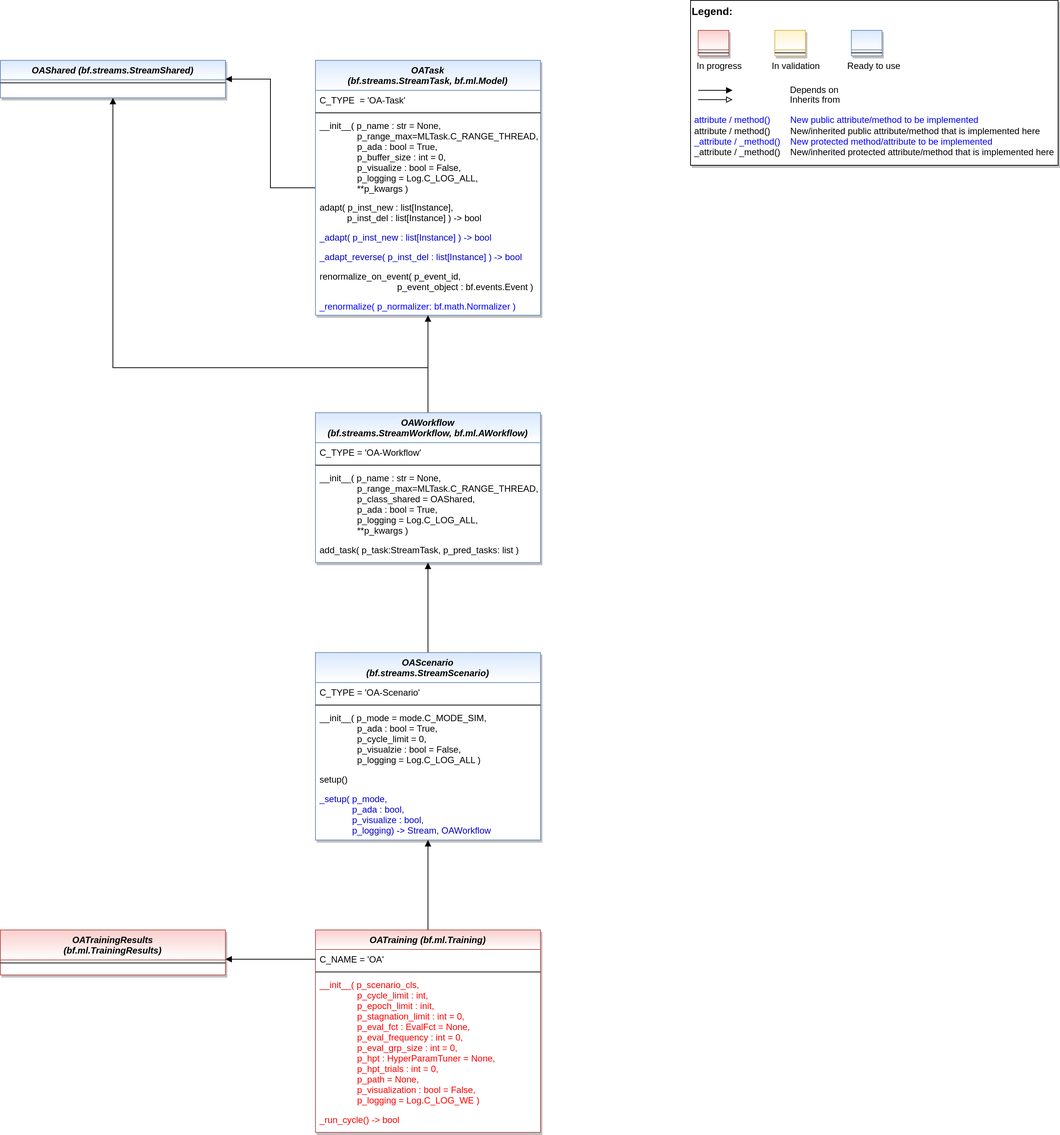
Earlier version of the draw.io export doc/rtd/content/99_appendices/appendix2/sub/core/mlpro_oa/streams/images/MLPro-OA-Stream-Processing_class_diagram.drawio.png (fhswf/MLPro). Source tidied: cells renumbered, new cells last; positions are measured from the earlier drawing's top-left corner, leaving out a move shared by most shapes.
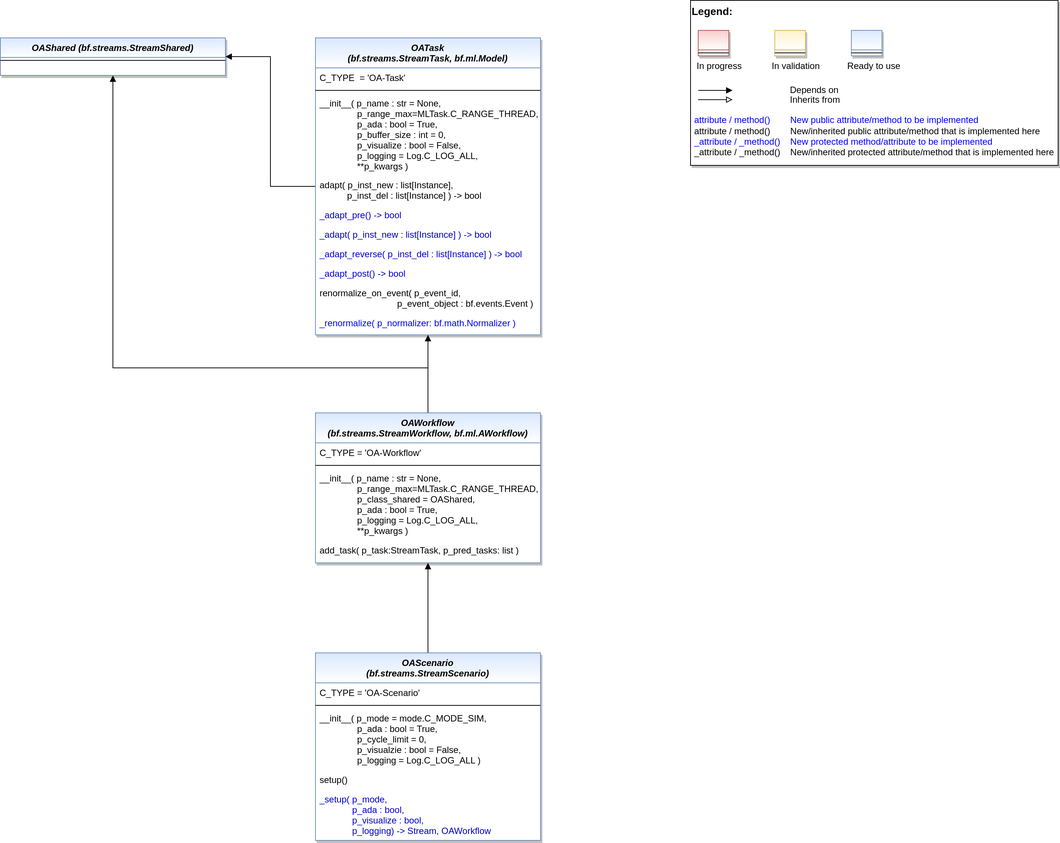
Later version of the same file.

Change to the diagram source:
```diff
@@ -1,38 +1,44 @@
 <mxGraphModel>
   <root>
-    <mxCell id="0" />
-    <mxCell id="1" parent="0" />
+    <mxCell id="47" />
+    <mxCell id="48" parent="47" />
-    <mxCell id="2" style="edgeStyle=orthogonalEdgeStyle;rounded=0;jettySize=auto;html=1;fontColor=#FF0000;endArrow=block;endFill=1;" parent="1" edge="1" source="3" target="44">
+    <mxCell id="2" style="edgeStyle=orthogonalEdgeStyle;rounded=0;jettySize=auto;html=1;fontColor=#FF0000;endArrow=block;endFill=1;" parent="48" edge="1" source="3" target="44">
       <mxGeometry relative="1" as="geometry" />
     </mxCell>
-    <mxCell id="3" value="OATask &#10;(bf.streams.StreamTask, bf.ml.Model)" style="swimlane;fontStyle=3;align=center;verticalAlign=top;horizontal=1;startSize=40;rounded=0;shadow=1;strokeWidth=1;fillColor=#dae8fc;strokeColor=#6c8ebf;swimlaneFillColor=#ffffff;gradientColor=#FFFFFF;" parent="1" vertex="1">
-      <mxGeometry x="420" y="80" width="300" height="340" as="geometry" />
+    <mxCell id="3" value="OATask &#10;(bf.streams.StreamTask, bf.ml.Model)" style="swimlane;fontStyle=3;align=center;verticalAlign=top;horizontal=1;startSize=40;rounded=0;shadow=1;strokeWidth=1;fillColor=#dae8fc;strokeColor=#6c8ebf;swimlaneFillColor=#ffffff;gradientColor=#FFFFFF;" parent="48" vertex="1">
+      <mxGeometry x="420" y="50" width="300" height="396" as="geometry" />
     </mxCell>
     <mxCell id="4" value="C_TYPE  = 'OA-Task'" style="text;align=left;verticalAlign=top;spacingLeft=4;spacingRight=4;overflow=hidden;" parent="3" vertex="1">
       <mxGeometry y="40" width="300" height="26" as="geometry" />
     </mxCell>
-    <mxCell id="5" style="line;html=1;strokeWidth=1;align=left;verticalAlign=middle;spacingTop=-1;spacingLeft=3;spacingRight=3;labelPosition=right;" parent="3" vertex="1">
-      <mxGeometry y="66" width="300" height="8" as="geometry" />
-    </mxCell>
+    <mxCell id="49" style="line;html=1;strokeWidth=1;align=left;verticalAlign=middle;spacingTop=-1;spacingLeft=3;spacingRight=3;labelPosition=right;" parent="3" vertex="1">
+      <mxGeometry y="66" width="300" height="8" as="geometry" />
+    </mxCell>
     <mxCell id="6" value="__init__( p_name : str = None,&#10;               p_range_max=MLTask.C_RANGE_THREAD,&#10;               p_ada : bool = True,&#10;               p_buffer_size : int = 0,&#10;               p_visualize : bool = False,&#10;               p_logging = Log.C_LOG_ALL,&#10;               **p_kwargs )" style="text;align=left;verticalAlign=top;spacingLeft=4;spacingRight=4;overflow=hidden;fontColor=default;" parent="3" vertex="1">
       <mxGeometry y="74" width="300" height="109" as="geometry" />
     </mxCell>
     <mxCell id="7" value="adapt( p_inst_new : list[Instance],&#10;           p_inst_del : list[Instance] ) -&gt; bool" style="text;align=left;verticalAlign=top;spacingLeft=4;spacingRight=4;overflow=hidden;fontColor=default;" parent="3" vertex="1">
       <mxGeometry y="183" width="300" height="40" as="geometry" />
     </mxCell>
+    <mxCell id="50" value="_adapt_pre() -&gt; bool" style="text;align=left;verticalAlign=top;spacingLeft=4;spacingRight=4;overflow=hidden;fontColor=#0000CC;" parent="3" vertex="1">
+      <mxGeometry y="223" width="300" height="26" as="geometry" />
+    </mxCell>
     <mxCell id="8" value="_adapt( p_inst_new : list[Instance] ) -&gt; bool" style="text;align=left;verticalAlign=top;spacingLeft=4;spacingRight=4;overflow=hidden;fontColor=#0000CC;" parent="3" vertex="1">
-      <mxGeometry y="223" width="300" height="26" as="geometry" />
+      <mxGeometry y="249" width="300" height="26" as="geometry" />
     </mxCell>
     <mxCell id="9" value="_adapt_reverse( p_inst_del : list[Instance] ) -&gt; bool" style="text;align=left;verticalAlign=top;spacingLeft=4;spacingRight=4;overflow=hidden;fontColor=#0000CC;" parent="3" vertex="1">
-      <mxGeometry y="249" width="300" height="26" as="geometry" />
+      <mxGeometry y="275" width="300" height="26" as="geometry" />
     </mxCell>
+    <mxCell id="51" value="_adapt_post() -&gt; bool" style="text;align=left;verticalAlign=top;spacingLeft=4;spacingRight=4;overflow=hidden;fontColor=#0000CC;" parent="3" vertex="1">
+      <mxGeometry y="301" width="300" height="26" as="geometry" />
+    </mxCell>
     <mxCell id="10" value="renormalize_on_event( p_event_id, &#10;                               p_event_object : bf.events.Event )" style="text;align=left;verticalAlign=top;spacingLeft=4;spacingRight=4;overflow=hidden;fontColor=default;" parent="3" vertex="1">
-      <mxGeometry y="275" width="300" height="40" as="geometry" />
+      <mxGeometry y="327" width="300" height="40" as="geometry" />
     </mxCell>
     <mxCell id="11" value="_renormalize( p_normalizer: bf.math.Normalizer )" style="text;align=left;verticalAlign=top;spacingLeft=4;spacingRight=4;overflow=hidden;fontColor=#0000FF;" parent="3" vertex="1">
-      <mxGeometry y="315" width="300" height="25" as="geometry" />
+      <mxGeometry y="367" width="300" height="25" as="geometry" />
     </mxCell>
-    <mxCell id="12" style="group;" parent="1" vertex="1">
+    <mxCell id="12" style="group;" parent="48" vertex="1">
       <mxGeometry x="920" width="490" height="220" as="geometry" />
     </mxCell>
     <mxCell id="13" value="&lt;font color=&quot;#000000&quot; size=&quot;1&quot;&gt;&lt;b style=&quot;font-size: 14px&quot;&gt;Legend:&lt;br&gt;&lt;/b&gt;&lt;/font&gt;&lt;br&gt;&lt;br&gt;&lt;br&gt;&lt;font color=&quot;#0000ff&quot; style=&quot;font-size: 6px&quot;&gt;&lt;br&gt;&lt;/font&gt;&lt;span style=&quot;color: rgb(0 , 0 , 0)&quot;&gt;&lt;font style=&quot;font-size: 4px&quot;&gt;&amp;nbsp; &amp;nbsp;&lt;/font&gt;&amp;nbsp;In progress&amp;nbsp; &amp;nbsp; &amp;nbsp; &amp;nbsp; &amp;nbsp; &amp;nbsp; In validation&amp;nbsp; &amp;nbsp; &amp;nbsp; &amp;nbsp; &amp;nbsp; &amp;nbsp;Ready to use&lt;/span&gt;&lt;font color=&quot;#000000&quot;&gt;&amp;nbsp;&lt;br&gt;&lt;/font&gt;&lt;font color=&quot;#0000ff&quot;&gt;&lt;br&gt;&lt;br&gt;&lt;br&gt;&lt;br&gt;&amp;nbsp;attribute / method()&amp;nbsp; &amp;nbsp; &amp;nbsp; &amp;nbsp; New public attribute/method to be implemented&lt;/font&gt;&lt;br&gt;&lt;font color=&quot;#000000&quot;&gt;&amp;nbsp;&lt;/font&gt;&lt;font color=&quot;#000000&quot;&gt;attribute / method()&lt;span&gt;&#9;&lt;/span&gt;&amp;nbsp; &amp;nbsp; &amp;nbsp; &amp;nbsp;New/inherited public attribute/method that is implemented here&lt;br&gt;&lt;/font&gt;&lt;font color=&quot;#0000ff&quot;&gt;&amp;nbsp;_attribute /&amp;nbsp;&lt;/font&gt;&lt;font color=&quot;#0000ff&quot;&gt;_method()&amp;nbsp; &amp;nbsp; New protected method/attribute to be implemented&lt;/font&gt;&lt;br&gt;&lt;font color=&quot;#000000&quot;&gt;&amp;nbsp;_attribute / _method()&amp;nbsp; &amp;nbsp; New/inherited protected attribute/method that is implemented here&lt;br&gt;&lt;/font&gt;&lt;font color=&quot;#000000&quot;&gt;&lt;br&gt;&lt;br&gt;&lt;br&gt;&lt;br&gt;&lt;br&gt;&lt;/font&gt;" style="text;html=1;align=left;verticalAlign=top;whiteSpace=wrap;rounded=0;fontColor=#006600;strokeColor=#000000;shadow=1;fillColor=#ffffff;" parent="12" vertex="1">
@@ -58,25 +64,25 @@
     <mxCell id="16" style="swimlane;fontStyle=3;align=center;verticalAlign=top;horizontal=1;startSize=26;rounded=0;shadow=1;strokeWidth=1;fillColor=#f8cecc;strokeColor=#b85450;gradientColor=#ffffff;swimlaneFillColor=#ffffff;" parent="12" vertex="1">
       <mxGeometry x="10.2" y="40" width="40.8" height="34" as="geometry" />
     </mxCell>
-    <mxCell id="17" style="line;html=1;strokeWidth=1;align=left;verticalAlign=middle;spacingTop=-1;spacingLeft=3;spacingRight=3;labelPosition=right;" parent="16" vertex="1">
-      <mxGeometry y="26" width="40.8" height="8" as="geometry" />
-    </mxCell>
+    <mxCell id="52" style="line;html=1;strokeWidth=1;align=left;verticalAlign=middle;spacingTop=-1;spacingLeft=3;spacingRight=3;labelPosition=right;" parent="16" vertex="1">
+      <mxGeometry y="26" width="40.8" height="8" as="geometry" />
+    </mxCell>
     <mxCell id="18" style="swimlane;fontStyle=3;align=center;verticalAlign=top;horizontal=1;startSize=26;rounded=0;shadow=1;strokeWidth=1;fillColor=#fff2cc;strokeColor=#d6b656;gradientColor=#ffffff;swimlaneFillColor=#ffffff;" parent="12" vertex="1">
       <mxGeometry x="112.3" y="40" width="40.8" height="34" as="geometry" />
     </mxCell>
-    <mxCell id="19" style="line;html=1;strokeWidth=1;align=left;verticalAlign=middle;spacingTop=-1;spacingLeft=3;spacingRight=3;labelPosition=right;" parent="18" vertex="1">
-      <mxGeometry y="26" width="40.8" height="8" as="geometry" />
-    </mxCell>
+    <mxCell id="53" style="line;html=1;strokeWidth=1;align=left;verticalAlign=middle;spacingTop=-1;spacingLeft=3;spacingRight=3;labelPosition=right;" parent="18" vertex="1">
+      <mxGeometry y="26" width="40.8" height="8" as="geometry" />
+    </mxCell>
     <mxCell id="20" style="swimlane;fontStyle=3;align=center;verticalAlign=top;horizontal=1;startSize=26;rounded=0;shadow=1;strokeWidth=1;fillColor=#dae8fc;strokeColor=#6c8ebf;gradientColor=#ffffff;swimlaneFillColor=#ffffff;" parent="12" vertex="1">
       <mxGeometry x="214.4" y="40" width="40.8" height="34" as="geometry" />
     </mxCell>
-    <mxCell id="21" style="line;html=1;strokeWidth=1;align=left;verticalAlign=middle;spacingTop=-1;spacingLeft=3;spacingRight=3;labelPosition=right;" parent="20" vertex="1">
-      <mxGeometry y="26" width="40.8" height="8" as="geometry" />
-    </mxCell>
+    <mxCell id="54" style="line;html=1;strokeWidth=1;align=left;verticalAlign=middle;spacingTop=-1;spacingLeft=3;spacingRight=3;labelPosition=right;" parent="20" vertex="1">
+      <mxGeometry y="26" width="40.8" height="8" as="geometry" />
+    </mxCell>
-    <mxCell id="22" style="edgeStyle=orthogonalEdgeStyle;rounded=0;jettySize=auto;html=1;entryX=0.5;entryY=1;entryDx=0;entryDy=0;fontColor=#0000FF;endArrow=block;endFill=1;" parent="1" edge="1" source="24" target="3">
+    <mxCell id="22" style="edgeStyle=orthogonalEdgeStyle;rounded=0;jettySize=auto;html=1;entryX=0.5;entryY=1;entryDx=0;entryDy=0;fontColor=#0000FF;endArrow=block;endFill=1;" parent="48" edge="1" source="24" target="3">
       <mxGeometry relative="1" as="geometry" />
     </mxCell>
-    <mxCell id="23" style="edgeStyle=orthogonalEdgeStyle;rounded=0;jettySize=auto;html=1;fontColor=#FF0000;endArrow=block;endFill=1;exitX=0.5;exitY=0;exitDx=0;exitDy=0;entryX=0.5;entryY=1;entryDx=0;entryDy=0;" parent="1" edge="1" source="24" target="44">
+    <mxCell id="23" style="edgeStyle=orthogonalEdgeStyle;rounded=0;jettySize=auto;html=1;fontColor=#FF0000;endArrow=block;endFill=1;exitX=0.5;exitY=0;exitDx=0;exitDy=0;entryX=0.5;entryY=1;entryDx=0;entryDy=0;" parent="48" edge="1" source="24" target="44">
       <mxGeometry relative="1" as="geometry">
         <Array as="points">
           <mxPoint x="570" y="490" />
@@ -84,33 +90,33 @@
         </Array>
       </mxGeometry>
     </mxCell>
-    <mxCell id="24" value="OAWorkflow &#10;(bf.streams.StreamWorkflow, bf.ml.AWorkflow)" style="swimlane;fontStyle=3;align=center;verticalAlign=top;horizontal=1;startSize=40;rounded=0;shadow=1;strokeWidth=1;fillColor=#dae8fc;strokeColor=#6c8ebf;swimlaneFillColor=#ffffff;gradientColor=#FFFFFF;" parent="1" vertex="1">
+    <mxCell id="24" value="OAWorkflow &#10;(bf.streams.StreamWorkflow, bf.ml.AWorkflow)" style="swimlane;fontStyle=3;align=center;verticalAlign=top;horizontal=1;startSize=40;rounded=0;shadow=1;strokeWidth=1;fillColor=#dae8fc;strokeColor=#6c8ebf;swimlaneFillColor=#ffffff;gradientColor=#FFFFFF;" parent="48" vertex="1">
       <mxGeometry x="420" y="550" width="300" height="200" as="geometry" />
     </mxCell>
     <mxCell id="25" value="C_TYPE = 'OA-Workflow'" style="text;align=left;verticalAlign=top;spacingLeft=4;spacingRight=4;overflow=hidden;" parent="24" vertex="1">
       <mxGeometry y="40" width="300" height="26" as="geometry" />
     </mxCell>
-    <mxCell id="26" style="line;html=1;strokeWidth=1;align=left;verticalAlign=middle;spacingTop=-1;spacingLeft=3;spacingRight=3;labelPosition=right;" parent="24" vertex="1">
-      <mxGeometry y="66" width="300" height="8" as="geometry" />
-    </mxCell>
+    <mxCell id="55" style="line;html=1;strokeWidth=1;align=left;verticalAlign=middle;spacingTop=-1;spacingLeft=3;spacingRight=3;labelPosition=right;" parent="24" vertex="1">
+      <mxGeometry y="66" width="300" height="8" as="geometry" />
+    </mxCell>
     <mxCell id="27" value="__init__( p_name : str = None,&#10;               p_range_max=MLTask.C_RANGE_THREAD,&#10;               p_class_shared = OAShared,&#10;               p_ada : bool = True,&#10;               p_logging = Log.C_LOG_ALL,&#10;               **p_kwargs )" style="text;align=left;verticalAlign=top;spacingLeft=4;spacingRight=4;overflow=hidden;fontColor=default;" parent="24" vertex="1">
       <mxGeometry y="74" width="300" height="96" as="geometry" />
     </mxCell>
     <mxCell id="28" value="add_task( p_task:StreamTask, p_pred_tasks: list )" style="text;align=left;verticalAlign=top;spacingLeft=4;spacingRight=4;overflow=hidden;fontColor=default;" parent="24" vertex="1">
       <mxGeometry y="170" width="300" height="26" as="geometry" />
     </mxCell>
-    <mxCell id="29" style="edgeStyle=orthogonalEdgeStyle;rounded=0;jettySize=auto;html=1;endArrow=block;endFill=1;fontColor=#0000FF;" parent="1" edge="1" source="30" target="24">
+    <mxCell id="29" style="edgeStyle=orthogonalEdgeStyle;rounded=0;jettySize=auto;html=1;endArrow=block;endFill=1;fontColor=#0000FF;" parent="48" edge="1" source="30" target="24">
       <mxGeometry relative="1" as="geometry" />
     </mxCell>
-    <mxCell id="30" value="OAScenario &#10;(bf.streams.StreamScenario)" style="swimlane;fontStyle=3;align=center;verticalAlign=top;horizontal=1;startSize=40;rounded=0;shadow=1;strokeWidth=1;fillColor=#dae8fc;strokeColor=#6c8ebf;swimlaneFillColor=#ffffff;gradientColor=#FFFFFF;" parent="1" vertex="1">
+    <mxCell id="30" value="OAScenario &#10;(bf.streams.StreamScenario)" style="swimlane;fontStyle=3;align=center;verticalAlign=top;horizontal=1;startSize=40;rounded=0;shadow=1;strokeWidth=1;fillColor=#dae8fc;strokeColor=#6c8ebf;swimlaneFillColor=#ffffff;gradientColor=#FFFFFF;" parent="48" vertex="1">
       <mxGeometry x="420" y="870" width="300" height="250" as="geometry" />
     </mxCell>
     <mxCell id="31" value="C_TYPE = 'OA-Scenario'" style="text;align=left;verticalAlign=top;spacingLeft=4;spacingRight=4;overflow=hidden;" parent="30" vertex="1">
       <mxGeometry y="40" width="300" height="26" as="geometry" />
     </mxCell>
-    <mxCell id="32" style="line;html=1;strokeWidth=1;align=left;verticalAlign=middle;spacingTop=-1;spacingLeft=3;spacingRight=3;labelPosition=right;" parent="30" vertex="1">
-      <mxGeometry y="66" width="300" height="8" as="geometry" />
-    </mxCell>
+    <mxCell id="56" style="line;html=1;strokeWidth=1;align=left;verticalAlign=middle;spacingTop=-1;spacingLeft=3;spacingRight=3;labelPosition=right;" parent="30" vertex="1">
+      <mxGeometry y="66" width="300" height="8" as="geometry" />
+    </mxCell>
     <mxCell id="33" value="__init__( p_mode = mode.C_MODE_SIM,&#10;               p_ada : bool = True,&#10;               p_cycle_limit = 0,&#10;               p_visualzie : bool = False,&#10;               p_logging = Log.C_LOG_ALL )" style="text;align=left;verticalAlign=top;spacingLeft=4;spacingRight=4;overflow=hidden;fontColor=default;" parent="30" vertex="1">
       <mxGeometry y="74" width="300" height="82" as="geometry" />
     </mxCell>
@@ -120,43 +126,11 @@
     <mxCell id="35" value="_setup( p_mode, &#10;             p_ada : bool, &#10;             p_visualize : bool,&#10;             p_logging) -&gt; Stream, OAWorkflow" style="text;align=left;verticalAlign=top;spacingLeft=4;spacingRight=4;overflow=hidden;fontColor=#0000CC;" parent="30" vertex="1">
       <mxGeometry y="182" width="300" height="66" as="geometry" />
     </mxCell>
-    <mxCell id="36" style="edgeStyle=orthogonalEdgeStyle;rounded=0;jettySize=auto;html=1;entryX=0.5;entryY=1;entryDx=0;entryDy=0;endArrow=block;endFill=1;fontColor=#0000FF;" parent="1" edge="1" source="37" target="30">
-      <mxGeometry relative="1" as="geometry" />
-    </mxCell>
-    <mxCell id="37" value="OATraining (bf.ml.Training)" style="swimlane;fontStyle=3;align=center;verticalAlign=top;horizontal=1;startSize=26;rounded=0;shadow=1;strokeWidth=1;fillColor=#f8cecc;strokeColor=#b85450;swimlaneFillColor=#ffffff;gradientColor=#ffffff;" parent="1" vertex="1">
-      <mxGeometry x="420" y="1240" width="300" height="270" as="geometry" />
-    </mxCell>
-    <mxCell id="38" value="C_NAME = 'OA'" style="text;align=left;verticalAlign=top;spacingLeft=4;spacingRight=4;overflow=hidden;points=[[0,0.5],[1,0.5]];portConstraint=eastwest;" parent="37" vertex="1">
-      <mxGeometry y="26" width="300" height="26" as="geometry" />
-    </mxCell>
-    <mxCell id="39" style="line;html=1;strokeWidth=1;align=left;verticalAlign=middle;spacingTop=-1;spacingLeft=3;spacingRight=3;labelPosition=right;" parent="37" vertex="1">
-      <mxGeometry y="52" width="300" height="8" as="geometry" />
-    </mxCell>
-    <mxCell id="40" value="__init__( p_scenario_cls,&#10;               p_cycle_limit : int,&#10;               p_epoch_limit : init,&#10;               p_stagnation_limit : int = 0,&#10;               p_eval_fct : EvalFct = None,&#10;               p_eval_frequency : int = 0,&#10;               p_eval_grp_size : int = 0,&#10;               p_hpt : HyperParamTuner = None,&#10;               p_hpt_trials : int = 0,&#10;               p_path = None, &#10;               p_visualization : bool = False,&#10;               p_logging = Log.C_LOG_WE )&#10;               &#10;               " style="text;align=left;verticalAlign=top;spacingLeft=4;spacingRight=4;overflow=hidden;fontColor=#FF0000;" parent="37" vertex="1">
-      <mxGeometry y="60" width="300" height="180" as="geometry" />
-    </mxCell>
-    <mxCell id="41" value="_run_cycle() -&gt; bool" style="text;align=left;verticalAlign=top;spacingLeft=4;spacingRight=4;overflow=hidden;fontColor=#FF0000;" parent="37" vertex="1">
-      <mxGeometry y="240" width="300" height="24" as="geometry" />
-    </mxCell>
-    <mxCell id="42" value="OATrainingResults &#10;(bf.ml.TrainingResults)" style="swimlane;fontStyle=3;align=center;verticalAlign=top;horizontal=1;startSize=40;rounded=0;shadow=1;strokeWidth=1;fillColor=#f8cecc;strokeColor=#b85450;swimlaneFillColor=#ffffff;gradientColor=#ffffff;" parent="1" vertex="1">
-      <mxGeometry y="1240" width="300" height="60" as="geometry" />
-    </mxCell>
-    <mxCell id="43" style="line;html=1;strokeWidth=1;align=left;verticalAlign=middle;spacingTop=-1;spacingLeft=3;spacingRight=3;labelPosition=right;" parent="42" vertex="1">
-      <mxGeometry y="40" width="300" height="8" as="geometry" />
-    </mxCell>
-    <mxCell id="44" value="OAShared (bf.streams.StreamShared)" style="swimlane;fontStyle=3;align=center;verticalAlign=top;horizontal=1;startSize=26;rounded=0;shadow=1;strokeWidth=1;fillColor=#dae8fc;strokeColor=#6c8ebf;swimlaneFillColor=#ffffff;gradientColor=#FFFFFF;" parent="1" vertex="1">
-      <mxGeometry y="80" width="300" height="50" as="geometry" />
+    <mxCell id="44" value="OAShared (bf.streams.StreamShared)" style="swimlane;fontStyle=3;align=center;verticalAlign=top;horizontal=1;startSize=26;rounded=0;shadow=1;strokeWidth=1;fillColor=#dae8fc;strokeColor=#6c8ebf;swimlaneFillColor=#ffffff;gradientColor=#FFFFFF;" parent="48" vertex="1">
+      <mxGeometry y="50" width="300" height="50" as="geometry" />
     </mxCell>
     <mxCell id="45" style="line;html=1;strokeWidth=1;align=left;verticalAlign=middle;spacingTop=-1;spacingLeft=3;spacingRight=3;labelPosition=right;" parent="44" vertex="1">
       <mxGeometry y="26" width="300" height="8" as="geometry" />
     </mxCell>
-    <mxCell id="46" style="edgeStyle=orthogonalEdgeStyle;rounded=0;jettySize=auto;html=1;fontSize=14;fontColor=#0000CC;endArrow=block;endFill=1;" parent="1" edge="1" source="38" target="42">
-      <mxGeometry relative="1" as="geometry">
-        <Array as="points">
-          <mxPoint x="290" y="1279" />
-          <mxPoint x="290" y="1279" />
-        </Array>
-      </mxGeometry>
-    </mxCell>
   </root>
 </mxGraphModel>
```
